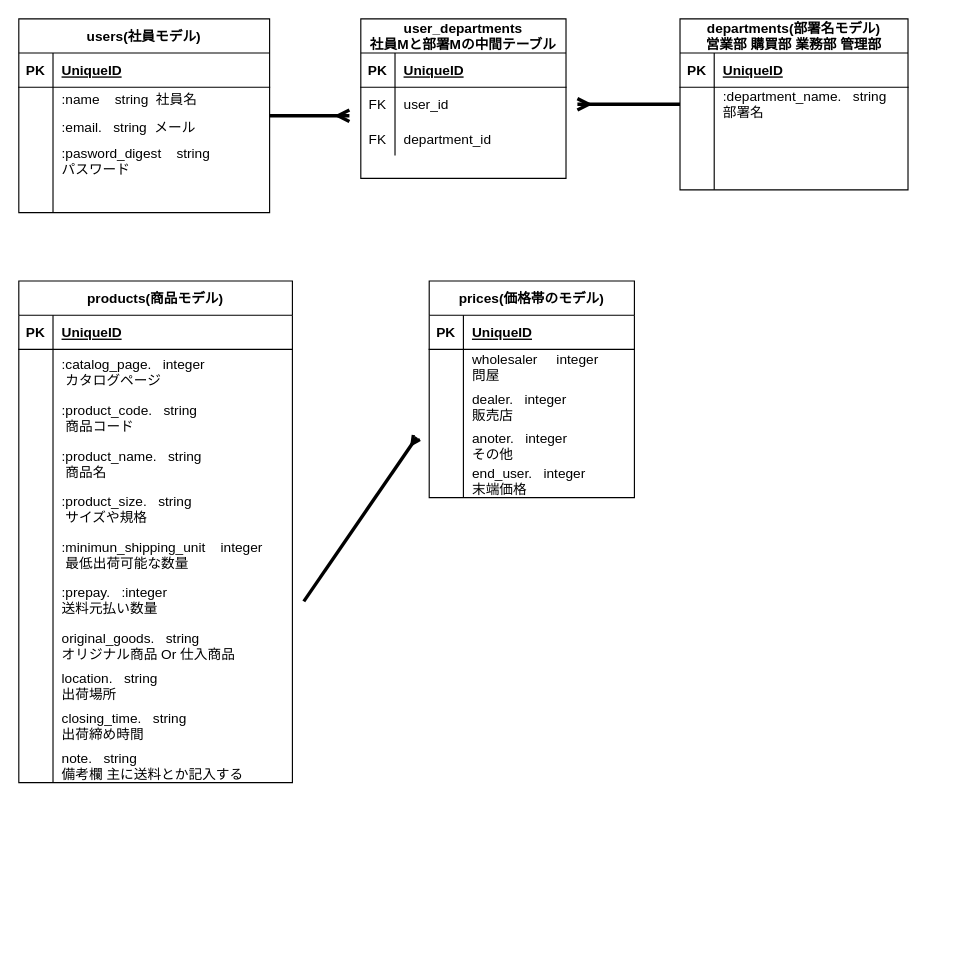
Above: ER.dio in Masakazu-Harada/Portforio_PriceList (draw.io), before the change. Source tidied: cells renumbered, new cells numbered last; positions are measured from the earlier drawing's top-left corner, leaving out a move shared by most shapes. Both pictures are drawn from the tidied source at 114%, with x=0, y=0 at pixel (18, 18).
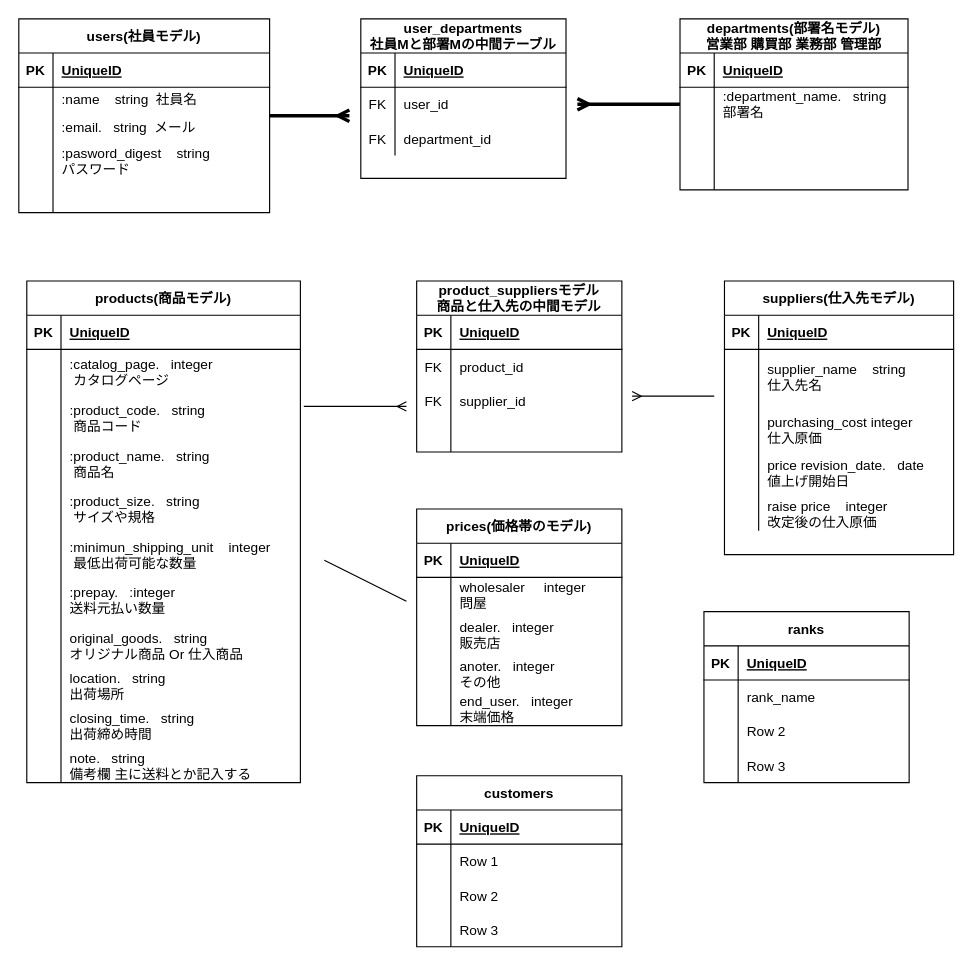
The same page after the edit.

Commit message:
ER図作成その４

The change refers to these unchanged cells:
```xml
<mxCell id="71" style="shape=tableRow;horizontal=0;startSize=0;swimlaneHead=0;swimlaneBody=0;fillColor=none;points=[[0,0.5],[1,0.5]];portConstraint=eastwest;top=0;left=0;right=0;bottom=0;" parent="43" vertex="1">
  <mxGeometry y="370" width="240" height="40" as="geometry" />
</mxCell>
```

What changed in the source:
```diff
@@
     <mxCell id="43" value="products(商品モデル)" style="shape=table;startSize=30;childLayout=tableLayout;rowLines=0;fontStyle=1;align=center;" parent="1" vertex="1">
-      <mxGeometry y="230" width="240" height="440" as="geometry" />
+      <mxGeometry x="7" y="230" width="240" height="440" as="geometry" />
     </mxCell>
@@
     <mxCell id="77" value="prices(価格帯のモデル)" style="shape=table;startSize=30;childLayout=tableLayout;rowLines=0;fontStyle=1;align=center;" parent="1" vertex="1">
-      <mxGeometry x="360" y="230" width="180" height="190" as="geometry" />
+      <mxGeometry x="349" y="430" width="180" height="190" as="geometry" />
     </mxCell>
@@
-    <mxCell id="93" style="edgeStyle=none;rounded=1;jumpSize=6;html=1;strokeWidth=3;endArrow=ERmany;endFill=0;startSize=3;endSize=3;sourcePerimeterSpacing=0;" parent="1" edge="1">
-      <mxGeometry relative="1" as="geometry">
-        <mxPoint x="250" y="511" as="sourcePoint" />
-        <mxPoint x="349" y="367" as="targetPoint" />
-      </mxGeometry>
-    </mxCell>
+    <mxCell id="94" style="edgeStyle=none;html=1;endArrow=none;endFill=0;" parent="1" edge="1">
+      <mxGeometry relative="1" as="geometry">
+        <mxPoint x="340" y="511" as="sourcePoint" />
+        <mxPoint x="268" y="475" as="targetPoint" />
+      </mxGeometry>
+    </mxCell>
+    <mxCell id="95" value="suppliers(仕入先モデル)" style="shape=table;startSize=30;childLayout=tableLayout;rowLines=0;fontStyle=1;align=center;" parent="1" vertex="1">
+      <mxGeometry x="619" y="230" width="201" height="240" as="geometry" />
+    </mxCell>
+    <mxCell id="96" style="shape=tableRow;horizontal=0;startSize=0;swimlaneHead=0;swimlaneBody=0;fillColor=none;top=0;left=0;right=0;bottom=1;" parent="95" vertex="1">
+      <mxGeometry y="30" width="201" height="30" as="geometry" />
+    </mxCell>
+    <mxCell id="97" value="PK" style="shape=partialRectangle;fillColor=none;top=0;left=0;bottom=0;right=0;fontStyle=1;overflow=hidden;" parent="96" vertex="1">
+      <mxGeometry width="30" height="30" as="geometry" />
+    </mxCell>
+    <mxCell id="98" value="UniqueID" style="shape=partialRectangle;fillColor=none;top=0;left=0;bottom=0;right=0;align=left;spacingLeft=6;fontStyle=5;overflow=hidden;" parent="96" vertex="1">
+      <mxGeometry x="30" width="171" height="30" as="geometry" />
+    </mxCell>
+    <mxCell id="99" style="shape=tableRow;horizontal=0;startSize=0;swimlaneHead=0;swimlaneBody=0;fillColor=none;top=0;left=0;right=0;bottom=0;" parent="95" vertex="1">
+      <mxGeometry y="60" width="201" height="48" as="geometry" />
+    </mxCell>
+    <mxCell id="100" style="shape=partialRectangle;fillColor=none;top=0;left=0;bottom=0;right=0;overflow=hidden;" parent="99" vertex="1">
+      <mxGeometry width="30" height="48" as="geometry" />
+    </mxCell>
+    <mxCell id="101" value="supplier_name    string&#10;仕入先名" style="shape=partialRectangle;fillColor=none;top=0;left=0;bottom=0;right=0;align=left;spacingLeft=6;overflow=hidden;" parent="99" vertex="1">
+      <mxGeometry x="30" width="171" height="48" as="geometry" />
+    </mxCell>
+    <mxCell id="102" style="shape=tableRow;horizontal=0;startSize=0;swimlaneHead=0;swimlaneBody=0;fillColor=none;top=0;left=0;right=0;bottom=0;" parent="95" vertex="1">
+      <mxGeometry y="108" width="201" height="45" as="geometry" />
+    </mxCell>
+    <mxCell id="103" style="shape=partialRectangle;fillColor=none;top=0;left=0;bottom=0;right=0;overflow=hidden;" parent="102" vertex="1">
+      <mxGeometry width="30" height="45" as="geometry" />
+    </mxCell>
+    <mxCell id="104" value="purchasing_cost integer&#10;仕入原価" style="shape=partialRectangle;fillColor=none;top=0;left=0;bottom=0;right=0;align=left;spacingLeft=6;overflow=hidden;" parent="102" vertex="1">
+      <mxGeometry x="30" width="171" height="45" as="geometry" />
+    </mxCell>
+    <mxCell id="105" style="shape=tableRow;horizontal=0;startSize=0;swimlaneHead=0;swimlaneBody=0;fillColor=none;top=0;left=0;right=0;bottom=0;" parent="95" vertex="1">
+      <mxGeometry y="153" width="201" height="36" as="geometry" />
+    </mxCell>
+    <mxCell id="106" style="shape=partialRectangle;fillColor=none;top=0;left=0;bottom=0;right=0;overflow=hidden;" parent="105" vertex="1">
+      <mxGeometry width="30" height="36" as="geometry" />
+    </mxCell>
+    <mxCell id="107" value="price revision_date.   date&#10;値上げ開始日&#10;" style="shape=partialRectangle;fillColor=none;top=0;left=0;bottom=0;right=0;align=left;spacingLeft=6;overflow=hidden;" parent="105" vertex="1">
+      <mxGeometry x="30" width="171" height="36" as="geometry" />
+    </mxCell>
+    <mxCell id="108" style="shape=tableRow;horizontal=0;startSize=0;swimlaneHead=0;swimlaneBody=0;fillColor=none;top=0;left=0;right=0;bottom=0;" parent="95" vertex="1">
+      <mxGeometry y="189" width="201" height="30" as="geometry" />
+    </mxCell>
+    <mxCell id="109" style="shape=partialRectangle;fillColor=none;top=0;left=0;bottom=0;right=0;overflow=hidden;" parent="108" vertex="1">
+      <mxGeometry width="30" height="30" as="geometry" />
+    </mxCell>
+    <mxCell id="110" value="raise price    integer&#10;改定後の仕入原価&#10;" style="shape=partialRectangle;fillColor=none;top=0;left=0;bottom=0;right=0;align=left;spacingLeft=6;overflow=hidden;" parent="108" vertex="1">
+      <mxGeometry x="30" width="171" height="30" as="geometry" />
+    </mxCell>
+    <mxCell id="111" value="product_suppliersモデル&#10;商品と仕入先の中間モデル" style="shape=table;startSize=30;childLayout=tableLayout;rowLines=0;fontStyle=1;align=center;" parent="1" vertex="1">
+      <mxGeometry x="349" y="230" width="180" height="150" as="geometry" />
+    </mxCell>
+    <mxCell id="112" style="shape=tableRow;horizontal=0;startSize=0;swimlaneHead=0;swimlaneBody=0;fillColor=none;top=0;left=0;right=0;bottom=1;" parent="111" vertex="1">
+      <mxGeometry y="30" width="180" height="30" as="geometry" />
+    </mxCell>
+    <mxCell id="113" value="PK" style="shape=partialRectangle;fillColor=none;top=0;left=0;bottom=0;right=0;fontStyle=1;overflow=hidden;" parent="112" vertex="1">
+      <mxGeometry width="30" height="30" as="geometry" />
+    </mxCell>
+    <mxCell id="114" value="UniqueID" style="shape=partialRectangle;fillColor=none;top=0;left=0;bottom=0;right=0;align=left;spacingLeft=6;fontStyle=5;overflow=hidden;" parent="112" vertex="1">
+      <mxGeometry x="30" width="150" height="30" as="geometry" />
+    </mxCell>
+    <mxCell id="115" style="shape=tableRow;horizontal=0;startSize=0;swimlaneHead=0;swimlaneBody=0;fillColor=none;top=0;left=0;right=0;bottom=0;" parent="111" vertex="1">
+      <mxGeometry y="60" width="180" height="30" as="geometry" />
+    </mxCell>
+    <mxCell id="116" value="FK" style="shape=partialRectangle;fillColor=none;top=0;left=0;bottom=0;right=0;overflow=hidden;" parent="115" vertex="1">
+      <mxGeometry width="30" height="30" as="geometry" />
+    </mxCell>
+    <mxCell id="117" value="product_id" style="shape=partialRectangle;fillColor=none;top=0;left=0;bottom=0;right=0;align=left;spacingLeft=6;overflow=hidden;" parent="115" vertex="1">
+      <mxGeometry x="30" width="150" height="30" as="geometry" />
+    </mxCell>
+    <mxCell id="118" style="shape=tableRow;horizontal=0;startSize=0;swimlaneHead=0;swimlaneBody=0;fillColor=none;top=0;left=0;right=0;bottom=0;" parent="111" vertex="1">
+      <mxGeometry y="90" width="180" height="30" as="geometry" />
+    </mxCell>
+    <mxCell id="119" value="FK" style="shape=partialRectangle;fillColor=none;top=0;left=0;bottom=0;right=0;overflow=hidden;" parent="118" vertex="1">
+      <mxGeometry width="30" height="30" as="geometry" />
+    </mxCell>
+    <mxCell id="120" value="supplier_id" style="shape=partialRectangle;fillColor=none;top=0;left=0;bottom=0;right=0;align=left;spacingLeft=6;overflow=hidden;" parent="118" vertex="1">
+      <mxGeometry x="30" width="150" height="30" as="geometry" />
+    </mxCell>
+    <mxCell id="121" style="shape=tableRow;horizontal=0;startSize=0;swimlaneHead=0;swimlaneBody=0;fillColor=none;top=0;left=0;right=0;bottom=0;" parent="111" vertex="1">
+      <mxGeometry y="120" width="180" height="30" as="geometry" />
+    </mxCell>
+    <mxCell id="122" style="shape=partialRectangle;fillColor=none;top=0;left=0;bottom=0;right=0;overflow=hidden;" parent="121" vertex="1">
+      <mxGeometry width="30" height="30" as="geometry" />
+    </mxCell>
+    <mxCell id="123" style="shape=partialRectangle;fillColor=none;top=0;left=0;bottom=0;right=0;align=left;spacingLeft=6;overflow=hidden;" parent="121" vertex="1">
+      <mxGeometry x="30" width="150" height="30" as="geometry" />
+    </mxCell>
+    <mxCell id="124" style="edgeStyle=none;html=1;endArrow=ERmany;endFill=0;exitX=1.008;exitY=0.85;exitDx=0;exitDy=0;exitPerimeter=0;strokeColor=none;" parent="1" edge="1" source="71">
+      <mxGeometry relative="1" as="geometry">
+        <mxPoint x="304" y="763" as="targetPoint" />
+      </mxGeometry>
+    </mxCell>
+    <mxCell id="125" style="edgeStyle=none;html=1;endArrow=ERmany;endFill=0;" parent="1" edge="1">
+      <mxGeometry relative="1" as="geometry">
+        <mxPoint x="250" y="340" as="sourcePoint" />
+        <mxPoint x="340" y="340" as="targetPoint" />
+      </mxGeometry>
+    </mxCell>
+    <mxCell id="126" style="edgeStyle=none;html=1;endArrow=ERmany;endFill=0;" parent="1" edge="1">
+      <mxGeometry relative="1" as="geometry">
+        <mxPoint x="610" y="331" as="sourcePoint" />
+        <mxPoint x="538" y="331" as="targetPoint" />
+      </mxGeometry>
+    </mxCell>
+    <mxCell id="127" value="customers" style="shape=table;startSize=30;childLayout=tableLayout;rowLines=0;fontStyle=1;align=center;" parent="1" vertex="1">
+      <mxGeometry x="349" y="664" width="180" height="150" as="geometry" />
+    </mxCell>
+    <mxCell id="128" style="shape=tableRow;horizontal=0;startSize=0;swimlaneHead=0;swimlaneBody=0;fillColor=none;top=0;left=0;right=0;bottom=1;" parent="127" vertex="1">
+      <mxGeometry y="30" width="180" height="30" as="geometry" />
+    </mxCell>
+    <mxCell id="129" value="PK" style="shape=partialRectangle;fillColor=none;top=0;left=0;bottom=0;right=0;fontStyle=1;overflow=hidden;" parent="128" vertex="1">
+      <mxGeometry width="30" height="30" as="geometry" />
+    </mxCell>
+    <mxCell id="130" value="UniqueID" style="shape=partialRectangle;fillColor=none;top=0;left=0;bottom=0;right=0;align=left;spacingLeft=6;fontStyle=5;overflow=hidden;" parent="128" vertex="1">
+      <mxGeometry x="30" width="150" height="30" as="geometry" />
+    </mxCell>
+    <mxCell id="131" style="shape=tableRow;horizontal=0;startSize=0;swimlaneHead=0;swimlaneBody=0;fillColor=none;top=0;left=0;right=0;bottom=0;" parent="127" vertex="1">
+      <mxGeometry y="60" width="180" height="30" as="geometry" />
+    </mxCell>
+    <mxCell id="132" style="shape=partialRectangle;fillColor=none;top=0;left=0;bottom=0;right=0;overflow=hidden;" parent="131" vertex="1">
+      <mxGeometry width="30" height="30" as="geometry" />
+    </mxCell>
+    <mxCell id="133" value="Row 1" style="shape=partialRectangle;fillColor=none;top=0;left=0;bottom=0;right=0;align=left;spacingLeft=6;overflow=hidden;" parent="131" vertex="1">
+      <mxGeometry x="30" width="150" height="30" as="geometry" />
+    </mxCell>
+    <mxCell id="134" style="shape=tableRow;horizontal=0;startSize=0;swimlaneHead=0;swimlaneBody=0;fillColor=none;top=0;left=0;right=0;bottom=0;" parent="127" vertex="1">
+      <mxGeometry y="90" width="180" height="30" as="geometry" />
+    </mxCell>
+    <mxCell id="135" style="shape=partialRectangle;fillColor=none;top=0;left=0;bottom=0;right=0;overflow=hidden;" parent="134" vertex="1">
+      <mxGeometry width="30" height="30" as="geometry" />
+    </mxCell>
+    <mxCell id="136" value="Row 2" style="shape=partialRectangle;fillColor=none;top=0;left=0;bottom=0;right=0;align=left;spacingLeft=6;overflow=hidden;" parent="134" vertex="1">
+      <mxGeometry x="30" width="150" height="30" as="geometry" />
+    </mxCell>
+    <mxCell id="137" style="shape=tableRow;horizontal=0;startSize=0;swimlaneHead=0;swimlaneBody=0;fillColor=none;top=0;left=0;right=0;bottom=0;" parent="127" vertex="1">
+      <mxGeometry y="120" width="180" height="30" as="geometry" />
+    </mxCell>
+    <mxCell id="138" style="shape=partialRectangle;fillColor=none;top=0;left=0;bottom=0;right=0;overflow=hidden;" parent="137" vertex="1">
+      <mxGeometry width="30" height="30" as="geometry" />
+    </mxCell>
+    <mxCell id="139" value="Row 3" style="shape=partialRectangle;fillColor=none;top=0;left=0;bottom=0;right=0;align=left;spacingLeft=6;overflow=hidden;" parent="137" vertex="1">
+      <mxGeometry x="30" width="150" height="30" as="geometry" />
+    </mxCell>
+    <mxCell id="140" value="ranks" style="shape=table;startSize=30;childLayout=tableLayout;rowLines=0;fontStyle=1;align=center;" parent="1" vertex="1">
+      <mxGeometry x="601" y="520" width="180" height="150" as="geometry" />
+    </mxCell>
+    <mxCell id="141" style="shape=tableRow;horizontal=0;startSize=0;swimlaneHead=0;swimlaneBody=0;fillColor=none;top=0;left=0;right=0;bottom=1;" parent="140" vertex="1">
+      <mxGeometry y="30" width="180" height="30" as="geometry" />
+    </mxCell>
+    <mxCell id="142" value="PK" style="shape=partialRectangle;fillColor=none;top=0;left=0;bottom=0;right=0;fontStyle=1;overflow=hidden;" parent="141" vertex="1">
+      <mxGeometry width="30" height="30" as="geometry" />
+    </mxCell>
+    <mxCell id="143" value="UniqueID" style="shape=partialRectangle;fillColor=none;top=0;left=0;bottom=0;right=0;align=left;spacingLeft=6;fontStyle=5;overflow=hidden;" parent="141" vertex="1">
+      <mxGeometry x="30" width="150" height="30" as="geometry" />
+    </mxCell>
+    <mxCell id="144" style="shape=tableRow;horizontal=0;startSize=0;swimlaneHead=0;swimlaneBody=0;fillColor=none;top=0;left=0;right=0;bottom=0;" parent="140" vertex="1">
+      <mxGeometry y="60" width="180" height="30" as="geometry" />
+    </mxCell>
+    <mxCell id="145" style="shape=partialRectangle;fillColor=none;top=0;left=0;bottom=0;right=0;overflow=hidden;" parent="144" vertex="1">
+      <mxGeometry width="30" height="30" as="geometry" />
+    </mxCell>
+    <mxCell id="146" value="rank_name" style="shape=partialRectangle;fillColor=none;top=0;left=0;bottom=0;right=0;align=left;spacingLeft=6;overflow=hidden;" parent="144" vertex="1">
+      <mxGeometry x="30" width="150" height="30" as="geometry" />
+    </mxCell>
+    <mxCell id="147" style="shape=tableRow;horizontal=0;startSize=0;swimlaneHead=0;swimlaneBody=0;fillColor=none;top=0;left=0;right=0;bottom=0;" parent="140" vertex="1">
+      <mxGeometry y="90" width="180" height="30" as="geometry" />
+    </mxCell>
+    <mxCell id="148" style="shape=partialRectangle;fillColor=none;top=0;left=0;bottom=0;right=0;overflow=hidden;" parent="147" vertex="1">
+      <mxGeometry width="30" height="30" as="geometry" />
+    </mxCell>
+    <mxCell id="149" value="Row 2" style="shape=partialRectangle;fillColor=none;top=0;left=0;bottom=0;right=0;align=left;spacingLeft=6;overflow=hidden;" parent="147" vertex="1">
+      <mxGeometry x="30" width="150" height="30" as="geometry" />
+    </mxCell>
+    <mxCell id="150" style="shape=tableRow;horizontal=0;startSize=0;swimlaneHead=0;swimlaneBody=0;fillColor=none;top=0;left=0;right=0;bottom=0;" parent="140" vertex="1">
+      <mxGeometry y="120" width="180" height="30" as="geometry" />
+    </mxCell>
+    <mxCell id="151" style="shape=partialRectangle;fillColor=none;top=0;left=0;bottom=0;right=0;overflow=hidden;" parent="150" vertex="1">
+      <mxGeometry width="30" height="30" as="geometry" />
+    </mxCell>
+    <mxCell id="152" value="Row 3" style="shape=partialRectangle;fillColor=none;top=0;left=0;bottom=0;right=0;align=left;spacingLeft=6;overflow=hidden;" parent="150" vertex="1">
+      <mxGeometry x="30" width="150" height="30" as="geometry" />
+    </mxCell>
```
